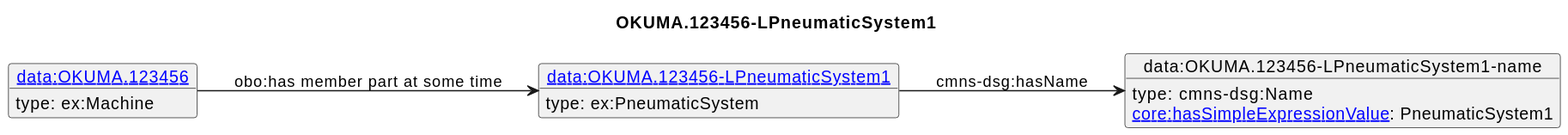
This is diagrams/OKUMA.123456-LPneumaticSystem1.svg from iofoundry/example-syseng-mtconnect, a PlantUML export, as it was before one commit. The source it was exported from:
```plantuml
@startuml
skinparam linetype polyline
left to right direction
title OKUMA.123456-LPneumaticSystem1
object "[[./OKUMA.123456-LPneumaticSystem1.html data:OKUMA.123456-LPneumaticSystem1]]" as o1 {
 type: ex:PneumaticSystem
}
object "data:OKUMA.123456-LPneumaticSystem1-name" as o2 {
 type: cmns-dsg:Name
}
object "[[./OKUMA.123456.html data:OKUMA.123456]]" as o3 {
 type: ex:Machine
}
o1 --> o2 : cmns-dsg:hasName
o2 : [[https://spec.industrialontologies.org/ontology/core/Core/hasSimpleExpressionValue core:hasSimpleExpressionValue]]: PneumaticSystem1
o3 --> o1 : obo:has member part at some time
@enduml
```
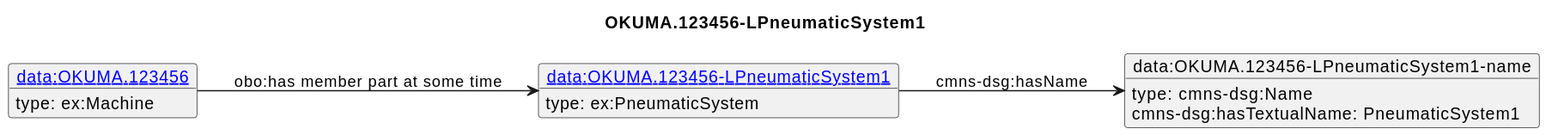
After the commit.

Change to the diagram source:
```diff
@@ -12,6 +12,6 @@
  type: ex:Machine
 }
 o1 --> o2 : cmns-dsg:hasName
-o2 : [[https://spec.industrialontologies.org/ontology/core/Core/hasSimpleExpressionValue core:hasSimpleExpressionValue]]: PneumaticSystem1
+o2 : cmns-dsg:hasTextualName: PneumaticSystem1
 o3 --> o1 : obo:has member part at some time
 @enduml
```
